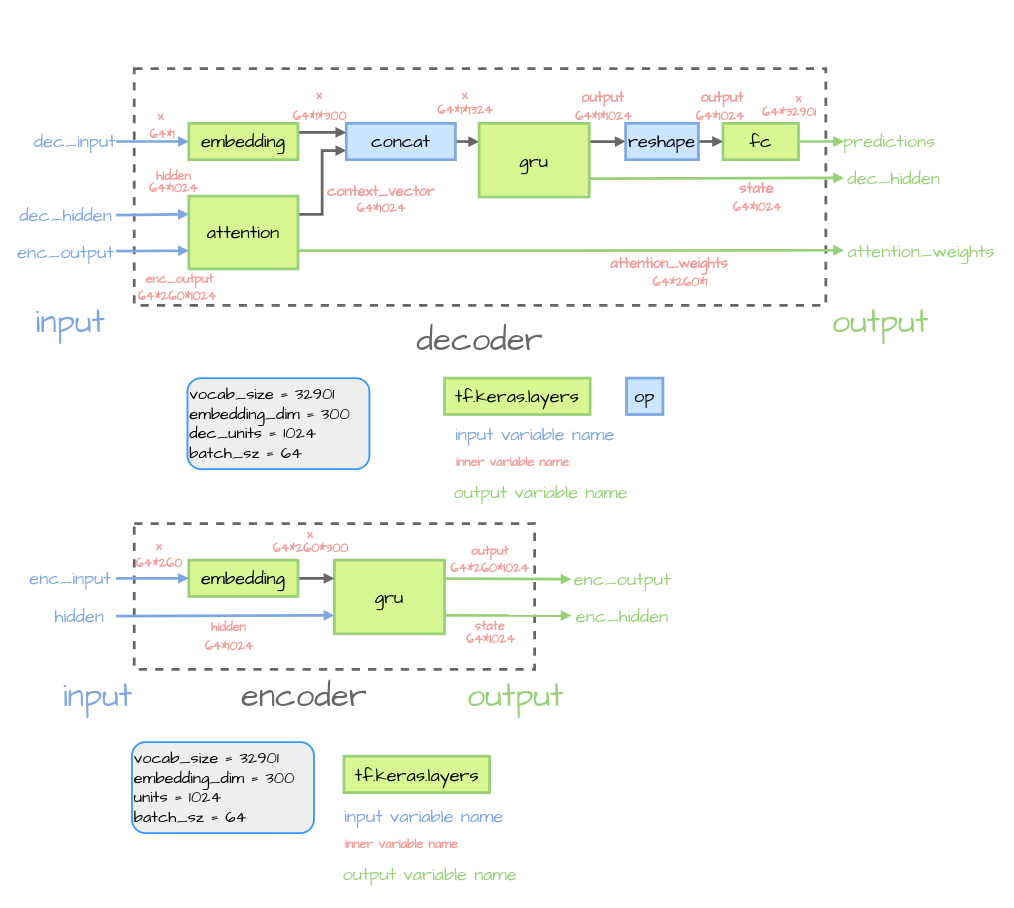
Before: notebook/picture/seq2seq.drawio in Light2077/QA-Abstract-And-Reasoning, a draw.io diagram. Source tidied: cells renumbered, new cells numbered last; positions are measured from the earlier drawing's top-left corner, leaving out a move shared by most shapes. Both pictures are drawn from the tidied source at 91%, with x=0, y=0 at pixel (15, 68).
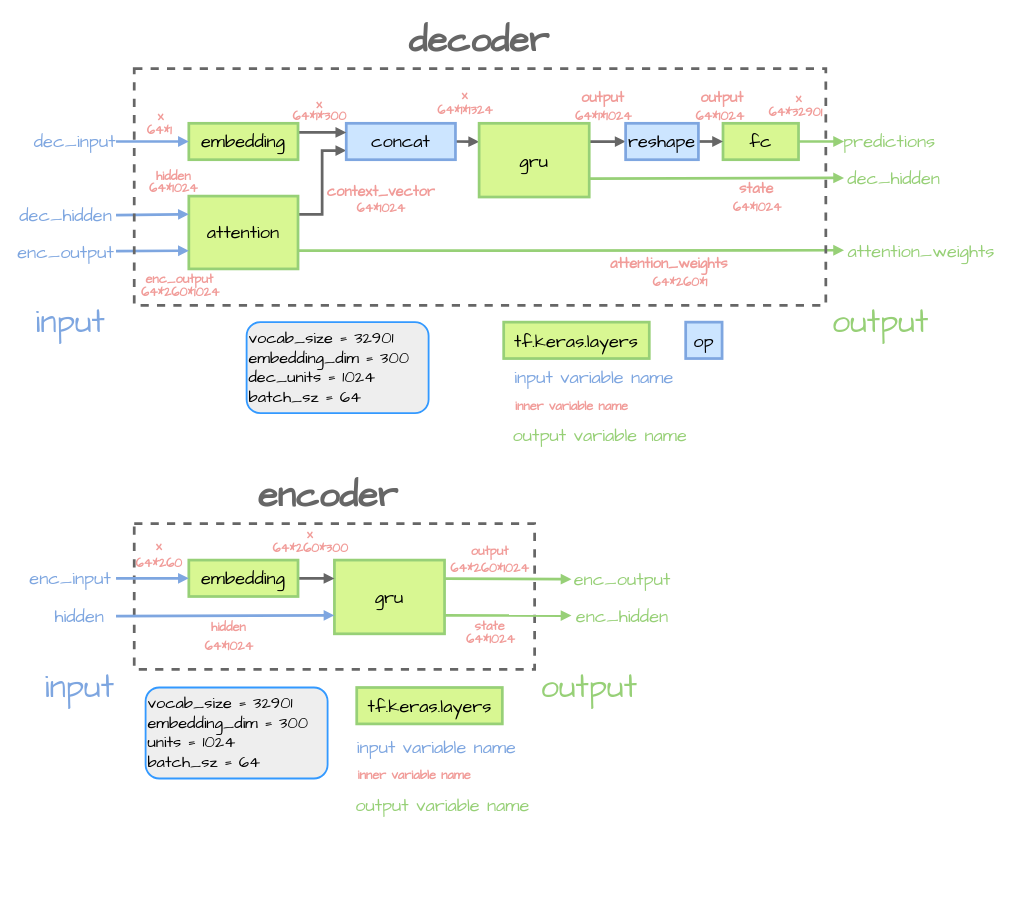
The same page after the edit.

What changed in the source:
```diff
@@
-    <mxCell id="2" style="rounded=0;whiteSpace=wrap;html=1;fillColor=none;fontFamily=Comic Sans MS;fontSize=36;fontColor=#F19C99;strokeColor=#666666;strokeWidth=3;dashed=1;" parent="1" vertex="1">
-      <mxGeometry x="130" width="760" height="260" as="geometry" />
-    </mxCell>
@@
-    <mxCell id="31" value="&lt;font color=&quot;#666666&quot;&gt;decoder&lt;/font&gt;" style="text;html=1;strokeColor=none;fillColor=none;align=center;verticalAlign=middle;whiteSpace=wrap;rounded=0;fontSize=36;fontFamily=Comic Sans MS;fontColor=#7EA6E0;" parent="1" vertex="1">
-      <mxGeometry x="430" y="278.5" width="160" height="40" as="geometry" />
+    <mxCell id="31" value="&lt;font style=&quot;font-size: 40px&quot;&gt;&lt;b&gt;&lt;font style=&quot;font-size: 40px&quot; color=&quot;#666666&quot;&gt;decoder&lt;/font&gt;&lt;/b&gt;&lt;/font&gt;" style="text;html=1;strokeColor=none;fillColor=none;align=center;verticalAlign=middle;whiteSpace=wrap;rounded=0;fontSize=36;fontFamily=Comic Sans MS;fontColor=#7EA6E0;" parent="1" vertex="1">
+      <mxGeometry x="429" y="-51.5" width="160" height="40" as="geometry" />
     </mxCell>
     <mxCell id="32" value="tf.keras.layers" style="rounded=0;whiteSpace=wrap;html=1;fontSize=20;fontFamily=Comic Sans MS;fillColor=#D8F792;strokeColor=#97D077;fontColor=#000000;strokeWidth=3;" parent="1" vertex="1">
-      <mxGeometry x="471" y="340" width="160" height="40" as="geometry" />
+      <mxGeometry x="536" y="278.5" width="160" height="40" as="geometry" />
     </mxCell>
     <mxCell id="33" value="op" style="rounded=0;whiteSpace=wrap;html=1;fontSize=20;fontFamily=Comic Sans MS;fillColor=#cce5ff;strokeColor=#7EA6E0;strokeWidth=3;" parent="1" vertex="1">
-      <mxGeometry x="671" y="340" width="40" height="40" as="geometry" />
+      <mxGeometry x="736" y="278.5" width="40" height="40" as="geometry" />
     </mxCell>
@@
     <mxCell id="35" value="x" style="text;html=1;strokeColor=none;fillColor=none;align=center;verticalAlign=middle;whiteSpace=wrap;rounded=0;fontSize=14;fontFamily=Comic Sans MS;fontColor=#F19C99;fontStyle=1;" parent="1" vertex="1">
-      <mxGeometry x="317" y="18.5" width="33" height="23" as="geometry" />
+      <mxGeometry x="317" y="28.5" width="33" height="23" as="geometry" />
     </mxCell>
@@
     <mxCell id="50" value="input" style="text;html=1;strokeColor=none;fillColor=none;align=center;verticalAlign=middle;whiteSpace=wrap;rounded=0;fontSize=36;fontFamily=Comic Sans MS;fontColor=#7EA6E0;" parent="1" vertex="1">
-      <mxGeometry x="30" y="669.5" width="120" height="40" as="geometry" />
+      <mxGeometry x="10" y="660" width="120" height="40" as="geometry" />
     </mxCell>
     <mxCell id="51" value="output" style="text;html=1;strokeColor=none;fillColor=none;align=center;verticalAlign=middle;whiteSpace=wrap;rounded=0;fontSize=36;fontFamily=Comic Sans MS;fontColor=#97D077;" parent="1" vertex="1">
-      <mxGeometry x="493.5" y="669.5" width="110" height="40" as="geometry" />
+      <mxGeometry x="575" y="660" width="110" height="40" as="geometry" />
     </mxCell>
-    <mxCell id="52" value="&lt;font color=&quot;#666666&quot;&gt;encoder&lt;/font&gt;" style="text;html=1;strokeColor=none;fillColor=none;align=center;verticalAlign=middle;whiteSpace=wrap;rounded=0;fontSize=36;fontFamily=Comic Sans MS;fontColor=#7EA6E0;" parent="1" vertex="1">
-      <mxGeometry x="237" y="669.5" width="160" height="40" as="geometry" />
+    <mxCell id="52" value="&lt;b&gt;&lt;font style=&quot;font-size: 40px&quot; color=&quot;#666666&quot;&gt;encoder&lt;/font&gt;&lt;/b&gt;" style="text;html=1;strokeColor=none;fillColor=none;align=center;verticalAlign=middle;whiteSpace=wrap;rounded=0;fontSize=36;fontFamily=Comic Sans MS;fontColor=#7EA6E0;" parent="1" vertex="1">
+      <mxGeometry x="263" y="449" width="160" height="40" as="geometry" />
     </mxCell>
@@
     <mxCell id="70" value="inner variable name" style="text;html=1;strokeColor=none;fillColor=none;align=center;verticalAlign=middle;whiteSpace=wrap;rounded=0;fontSize=14;fontFamily=Comic Sans MS;fontColor=#F19C99;fontStyle=1;" parent="1" vertex="1">
-      <mxGeometry x="471" y="421" width="150" height="23" as="geometry" />
+      <mxGeometry x="536" y="359.5" width="150" height="23" as="geometry" />
     </mxCell>
     <mxCell id="71" value="input variable name" style="text;html=1;strokeColor=none;fillColor=none;align=center;verticalAlign=middle;whiteSpace=wrap;rounded=0;fontSize=20;fontFamily=Comic Sans MS;fontColor=#7EA6E0;" parent="1" vertex="1">
-      <mxGeometry x="471" y="380" width="199" height="41" as="geometry" />
+      <mxGeometry x="536" y="318.5" width="199" height="41" as="geometry" />
     </mxCell>
     <mxCell id="72" value="output variable name" style="text;html=1;strokeColor=none;fillColor=none;align=center;verticalAlign=middle;whiteSpace=wrap;rounded=0;fontSize=20;fontFamily=Comic Sans MS;fontColor=#97D077;" parent="1" vertex="1">
-      <mxGeometry x="472" y="444" width="210" height="41" as="geometry" />
+      <mxGeometry x="537" y="382.5" width="210" height="41" as="geometry" />
     </mxCell>
     <mxCell id="73" value="&lt;div style=&quot;font-size: 18px;&quot;&gt;&lt;font style=&quot;font-size: 18px;&quot;&gt;vocab_size = 32901&lt;br style=&quot;font-size: 18px;&quot;&gt;&lt;/font&gt;&lt;/div&gt;&lt;div style=&quot;font-size: 18px;&quot;&gt;&lt;font style=&quot;font-size: 18px;&quot;&gt;embedding_dim = 300&lt;br style=&quot;font-size: 18px;&quot;&gt;&lt;/font&gt;&lt;/div&gt;&lt;div style=&quot;font-size: 18px;&quot;&gt;&lt;font style=&quot;font-size: 18px;&quot;&gt;units = 1024&lt;br style=&quot;font-size: 18px;&quot;&gt;&lt;/font&gt;&lt;/div&gt;&lt;div style=&quot;font-size: 18px;&quot;&gt;&lt;font style=&quot;font-size: 18px;&quot;&gt;batch_sz = 64&lt;br style=&quot;font-size: 18px;&quot;&gt;&lt;/font&gt;&lt;/div&gt;" style="text;html=1;strokeColor=#3399FF;fillColor=#eeeeee;align=left;verticalAlign=top;whiteSpace=wrap;rounded=1;fontFamily=Comic Sans MS;fontSize=18;strokeWidth=2;glass=0;shadow=0;comic=0;" parent="1" vertex="1">
-      <mxGeometry x="127.5" y="740" width="200" height="100" as="geometry" />
+      <mxGeometry x="142.5" y="680" width="200" height="100" as="geometry" />
     </mxCell>
     <mxCell id="74" value="tf.keras.layers" style="rounded=0;whiteSpace=wrap;html=1;fontSize=20;fontFamily=Comic Sans MS;fillColor=#D8F792;strokeColor=#97D077;fontColor=#000000;strokeWidth=3;" parent="1" vertex="1">
-      <mxGeometry x="360.5" y="755.5" width="160" height="40" as="geometry" />
+      <mxGeometry x="374.5" y="680" width="160" height="40" as="geometry" />
     </mxCell>
     <mxCell id="75" value="inner variable name" style="text;html=1;strokeColor=none;fillColor=none;align=center;verticalAlign=middle;whiteSpace=wrap;rounded=0;fontSize=14;fontFamily=Comic Sans MS;fontColor=#F19C99;fontStyle=1;" parent="1" vertex="1">
-      <mxGeometry x="349" y="841" width="150" height="23" as="geometry" />
+      <mxGeometry x="363" y="765.5" width="150" height="23" as="geometry" />
     </mxCell>
     <mxCell id="76" value="input variable name" style="text;html=1;strokeColor=none;fillColor=none;align=center;verticalAlign=middle;whiteSpace=wrap;rounded=0;fontSize=20;fontFamily=Comic Sans MS;fontColor=#7EA6E0;" parent="1" vertex="1">
-      <mxGeometry x="349" y="800" width="199" height="41" as="geometry" />
+      <mxGeometry x="363" y="724.5" width="199" height="41" as="geometry" />
     </mxCell>
     <mxCell id="77" value="output variable name" style="text;html=1;strokeColor=none;fillColor=none;align=center;verticalAlign=middle;whiteSpace=wrap;rounded=0;fontSize=20;fontFamily=Comic Sans MS;fontColor=#97D077;" parent="1" vertex="1">
-      <mxGeometry x="350" y="864" width="210" height="41" as="geometry" />
+      <mxGeometry x="364" y="788.5" width="210" height="41" as="geometry" />
     </mxCell>
     <mxCell id="78" value="&lt;div style=&quot;font-size: 18px&quot;&gt;&lt;font style=&quot;font-size: 18px&quot;&gt;vocab_size = 32901&lt;br style=&quot;font-size: 18px&quot;&gt;&lt;/font&gt;&lt;/div&gt;&lt;div style=&quot;font-size: 18px&quot;&gt;&lt;font style=&quot;font-size: 18px&quot;&gt;embedding_dim = 300&lt;br style=&quot;font-size: 18px&quot;&gt;&lt;/font&gt;&lt;/div&gt;&lt;div style=&quot;font-size: 18px&quot;&gt;&lt;font style=&quot;font-size: 18px&quot;&gt;dec_units = 1024&lt;br style=&quot;font-size: 18px&quot;&gt;&lt;/font&gt;&lt;/div&gt;&lt;div style=&quot;font-size: 18px&quot;&gt;&lt;font style=&quot;font-size: 18px&quot;&gt;batch_sz = 64&lt;br style=&quot;font-size: 18px&quot;&gt;&lt;/font&gt;&lt;/div&gt;" style="text;html=1;strokeColor=#3399FF;fillColor=#eeeeee;align=left;verticalAlign=top;whiteSpace=wrap;rounded=1;fontFamily=Comic Sans MS;fontSize=18;strokeWidth=2;glass=0;shadow=0;comic=0;" parent="1" vertex="1">
-      <mxGeometry x="188.5" y="340" width="200" height="100" as="geometry" />
+      <mxGeometry x="253.5" y="278.5" width="200" height="100" as="geometry" />
     </mxCell>
     <mxCell id="79" value="&lt;font style=&quot;font-size: 14px&quot;&gt;&lt;b&gt;&lt;font style=&quot;font-size: 14px&quot;&gt;64*1&lt;/font&gt;&lt;/b&gt;&lt;/font&gt;" style="text;html=1;strokeColor=none;fillColor=none;align=center;verticalAlign=middle;whiteSpace=wrap;rounded=0;fontSize=20;fontFamily=Comic Sans MS;fontColor=#F19C99;" parent="1" vertex="1">
-      <mxGeometry x="146" y="60" width="30" height="20" as="geometry" />
+      <mxGeometry x="143" y="54.5" width="30" height="20" as="geometry" />
     </mxCell>
@@
     <mxCell id="81" value="&lt;font style=&quot;font-size: 14px&quot;&gt;&lt;b&gt;&lt;font style=&quot;font-size: 14px&quot;&gt;64*260*1024&lt;/font&gt;&lt;/b&gt;&lt;/font&gt;" style="text;html=1;strokeColor=none;fillColor=none;align=center;verticalAlign=middle;whiteSpace=wrap;rounded=0;fontSize=20;fontFamily=Comic Sans MS;fontColor=#F19C99;" parent="1" vertex="1">
-      <mxGeometry x="148" y="238" width="59" height="20" as="geometry" />
+      <mxGeometry x="130" y="233" width="102" height="20" as="geometry" />
     </mxCell>
@@
     <mxCell id="87" value="&lt;font style=&quot;font-size: 14px&quot;&gt;&lt;b&gt;&lt;font style=&quot;font-size: 14px&quot;&gt;64*32901&lt;/font&gt;&lt;/b&gt;&lt;/font&gt;" style="text;html=1;strokeColor=none;fillColor=none;align=center;verticalAlign=middle;whiteSpace=wrap;rounded=0;fontSize=20;fontFamily=Comic Sans MS;fontColor=#F19C99;" parent="1" vertex="1">
-      <mxGeometry x="805" y="34.5" width="90" height="20" as="geometry" />
+      <mxGeometry x="818.5" y="34.5" width="76" height="20" as="geometry" />
     </mxCell>
@@
+    <mxCell id="2" style="rounded=0;whiteSpace=wrap;html=1;fillColor=none;fontFamily=Comic Sans MS;fontSize=36;fontColor=#F19C99;strokeColor=#666666;strokeWidth=3;dashed=1;" parent="1" vertex="1">
+      <mxGeometry x="130" width="760" height="260" as="geometry" />
+    </mxCell>
```
